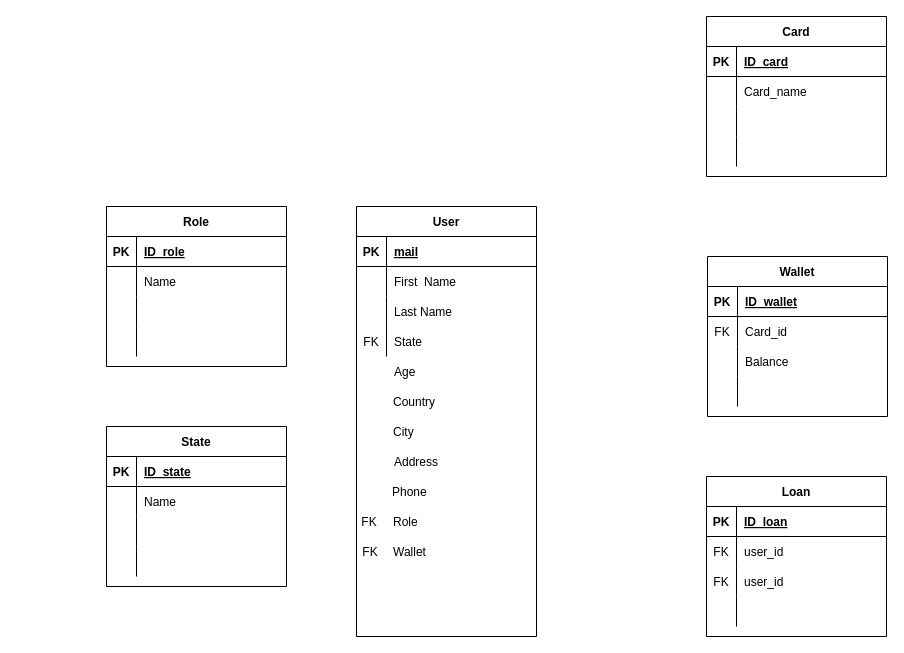
Before: DataBase-Diagram.drawio in Coquixo/final-flow-diagram, a draw.io diagram. Source tidied: cells renumbered, new cells numbered last; positions are measured from the earlier drawing's top-left corner, leaving out a move shared by most shapes. Both pictures are drawn from the tidied source at 100%, with x=0, y=0 at pixel (106, 16).
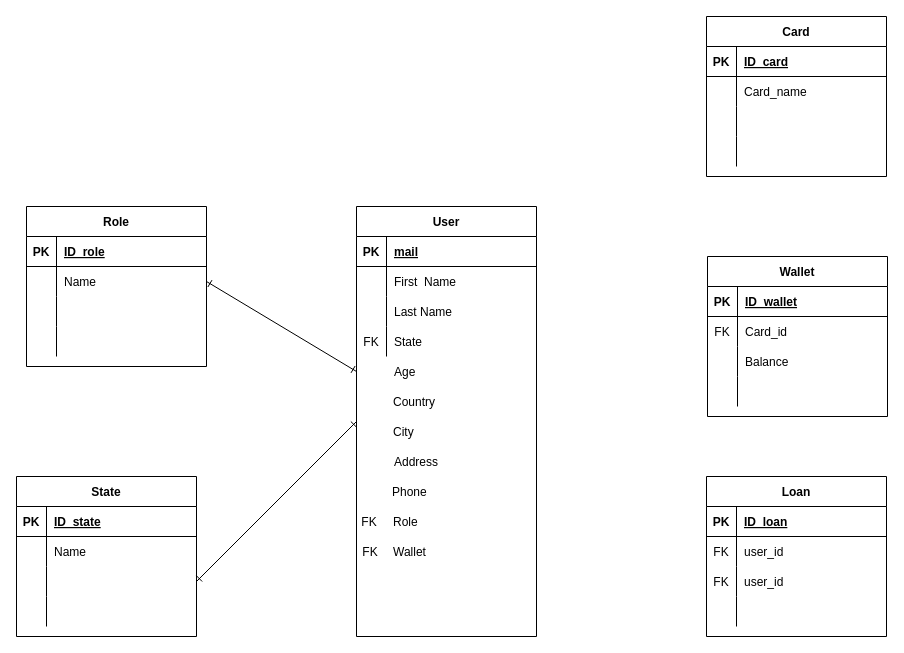
Above is the later version.

Unchanged cells that the change refers to:
```xml
<mxCell id="2" value="User" style="shape=table;startSize=30;childLayout=tableLayout;rowLines=0;fontStyle=1;align=center;" parent="1" vertex="1">
  <mxGeometry x="250" y="190" width="180" height="430" as="geometry" />
</mxCell>
<mxCell id="15" style="shape=tableRow;horizontal=0;startSize=0;swimlaneHead=0;swimlaneBody=0;fillColor=none;points=[[0,0.5],[1,0.5]];portConstraint=eastwest;top=0;left=0;right=0;bottom=0;" parent="1" vertex="1">
  <mxGeometry x="250" y="340" width="180" height="30" as="geometry" />
</mxCell>
<mxCell id="55" style="shape=tableRow;horizontal=0;startSize=0;swimlaneHead=0;swimlaneBody=0;fillColor=none;points=[[0,0.5],[1,0.5]];portConstraint=eastwest;top=0;left=0;right=0;bottom=0;" parent="51" vertex="1">
  <mxGeometry y="60" width="180" height="30" as="geometry" />
</mxCell>
<mxCell id="71" style="shape=tableRow;horizontal=0;startSize=0;swimlaneHead=0;swimlaneBody=0;fillColor=none;points=[[0,0.5],[1,0.5]];portConstraint=eastwest;top=0;left=0;right=0;bottom=0;" parent="64" vertex="1">
  <mxGeometry y="90" width="180" height="30" as="geometry" />
</mxCell>
```

What changed in the source:
```diff
@@
     <mxCell id="51" value="Role" style="shape=table;startSize=30;childLayout=tableLayout;rowLines=0;fontStyle=1;align=center;" parent="1" vertex="1">
-      <mxGeometry y="190" width="180" height="160" as="geometry" />
+      <mxGeometry x="-80" y="190" width="180" height="160" as="geometry" />
     </mxCell>
@@
     <mxCell id="64" value="State" style="shape=table;startSize=30;childLayout=tableLayout;rowLines=0;fontStyle=1;align=center;" parent="1" vertex="1">
-      <mxGeometry y="410" width="180" height="160" as="geometry" />
+      <mxGeometry x="-90" y="460" width="180" height="160" as="geometry" />
     </mxCell>
@@
+    <mxCell id="91" style="endArrow=ERone;html=1;rounded=0;endFill=0;startArrow=ERone;startFill=0;exitX=1;exitY=0.5;exitDx=0;exitDy=0;entryX=0;entryY=0.5;entryDx=0;entryDy=0;" parent="1" edge="1" source="71" target="2">
+      <mxGeometry relative="1" as="geometry" />
+    </mxCell>
+    <mxCell id="92" style="endArrow=ERone;html=1;rounded=0;endFill=0;startArrow=ERone;startFill=0;exitX=1;exitY=0.5;exitDx=0;exitDy=0;entryX=0;entryY=0.5;entryDx=0;entryDy=0;" parent="1" edge="1" source="55" target="15">
+      <mxGeometry relative="1" as="geometry" />
+    </mxCell>
```
